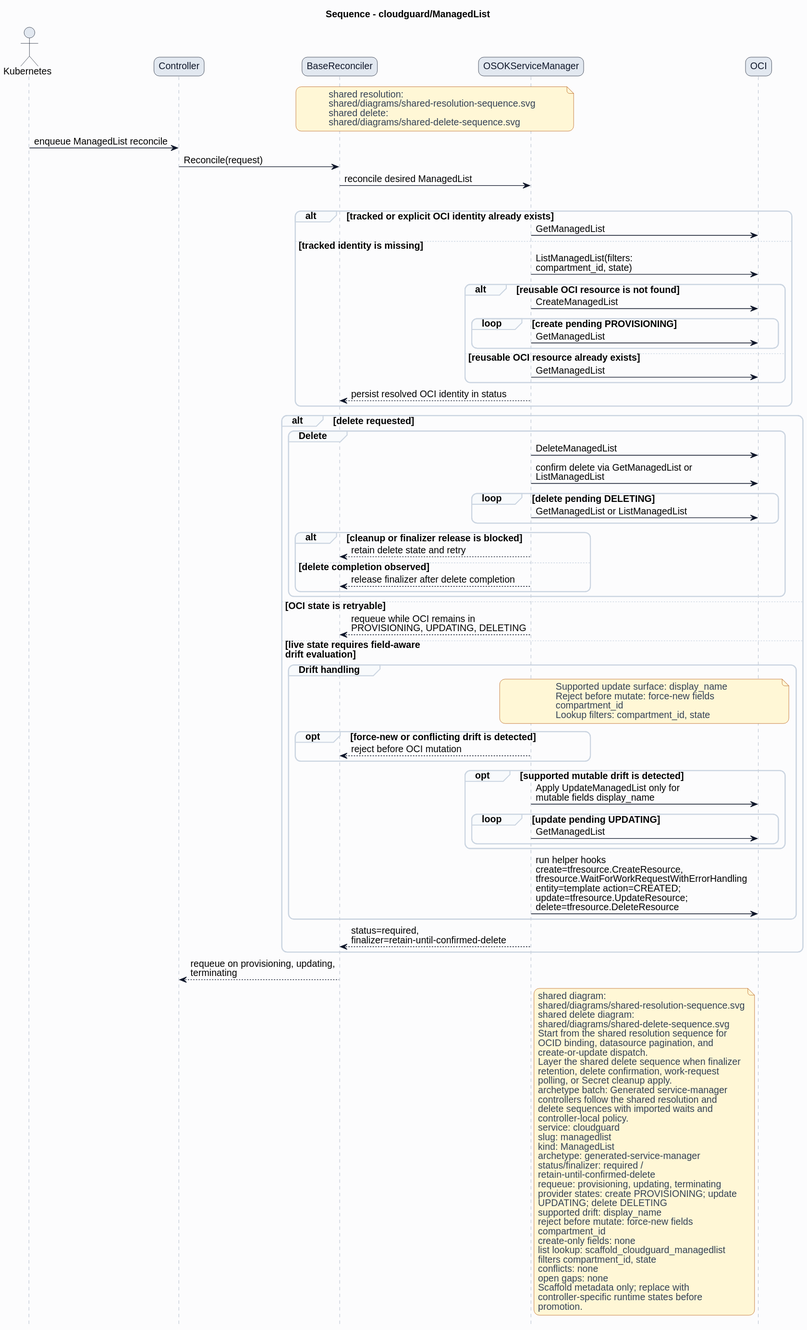
This is formal/controllers/cloudguard/managedlist/diagrams/sequence.svg from HaoyL666/oci-service-operator, a PlantUML export, as it was before one commit. Source of this version:
```plantuml
@startuml
skinparam shadowing false
skinparam backgroundColor #fcfcfd
skinparam defaultFontName Helvetica
skinparam defaultFontSize 14
skinparam arrowColor #0f172a
skinparam noteBackgroundColor #fff7d6
skinparam noteBorderColor #b45309
skinparam noteFontColor #334155
skinparam roundcorner 16
title Sequence - cloudguard/ManagedList
hide footbox
skinparam sequence {
  actorBorderColor #0f172a
  actorBackgroundColor #e2e8f0
  participantBorderColor #0f172a
  participantBackgroundColor #e2e8f0
  participantFontColor #0f172a
  lifeLineBorderColor #94a3b8
  groupBorderColor #cbd5e1
  groupBackgroundColor #f8fafc
}
actor Kubernetes
participant Controller
participant BaseReconciler
participant "OSOKServiceManager" as ServiceManager
participant OCI
note over BaseReconciler,ServiceManager
shared resolution:
shared/diagrams/shared-resolution-sequence.svg
shared delete:
shared/diagrams/shared-delete-sequence.svg
end note
Kubernetes -> Controller: enqueue ManagedList reconcile
Controller -> BaseReconciler: Reconcile(request)
BaseReconciler -> ServiceManager: reconcile desired ManagedList
group Lookup and bind
alt tracked or explicit OCI identity already exists
ServiceManager -> OCI: GetManagedList
else tracked identity is missing
ServiceManager -> OCI: ListManagedList(filters:\ncompartment_id, state)
alt reusable OCI resource is not found
ServiceManager -> OCI: CreateManagedList
loop create pending PROVISIONING
ServiceManager -> OCI: GetManagedList
end
else reusable OCI resource already exists
ServiceManager -> OCI: GetManagedList
end
ServiceManager --> BaseReconciler: persist resolved OCI identity in status
end
alt delete requested
group Delete
ServiceManager -> OCI: DeleteManagedList
ServiceManager -> OCI: confirm delete via GetManagedList or\nListManagedList
loop delete pending DELETING
ServiceManager -> OCI: GetManagedList or ListManagedList
end
alt cleanup or finalizer release is blocked
ServiceManager --> BaseReconciler: retain delete state and retry
else delete completion observed
ServiceManager --> BaseReconciler: release finalizer after delete completion
end
end
else OCI state is retryable
ServiceManager --> BaseReconciler: requeue while OCI remains in\nPROVISIONING, UPDATING, DELETING
else live state requires field-aware\ndrift evaluation
group Drift handling
note over ServiceManager,OCI
Supported update surface: display_name
Reject before mutate: force-new fields
compartment_id
Lookup filters: compartment_id, state
end note
opt force-new or conflicting drift is detected
ServiceManager --> BaseReconciler: reject before OCI mutation
end
opt supported mutable drift is detected
ServiceManager -> OCI: Apply UpdateManagedList only for\nmutable fields display_name
loop update pending UPDATING
ServiceManager -> OCI: GetManagedList
end
end
ServiceManager -> OCI: run helper hooks\ncreate=tfresource.CreateResource,\ntfresource.WaitForWorkRequestWithErrorHandling\nentity=template action=CREATED;\nupdate=tfresource.UpdateResource;\ndelete=tfresource.DeleteResource
end
ServiceManager --> BaseReconciler: status=required,\nfinalizer=retain-until-confirmed-delete
end
BaseReconciler --> Controller: requeue on provisioning, updating,\nterminating
note right of ServiceManager
shared diagram:
shared/diagrams/shared-resolution-sequence.svg
shared delete diagram:
shared/diagrams/shared-delete-sequence.svg
Start from the shared resolution sequence for
OCID binding, datasource pagination, and
create-or-update dispatch.
Layer the shared delete sequence when finalizer
retention, delete confirmation, work-request
polling, or Secret cleanup apply.
archetype batch: Generated service-manager
controllers follow the shared resolution and
delete sequences with imported waits and
controller-local policy.
service: cloudguard
slug: managedlist
kind: ManagedList
archetype: generated-service-manager
status/finalizer: required /
retain-until-confirmed-delete
requeue: provisioning, updating, terminating
provider states: create PROVISIONING; update
UPDATING; delete DELETING
supported drift: display_name
reject before mutate: force-new fields
compartment_id
create-only fields: none
list lookup: scaffold_cloudguard_managedlist
filters compartment_id, state
conflicts: none
open gaps: none
Scaffold metadata only; replace with
controller-specific runtime states before
promotion.
end note
@enduml
```
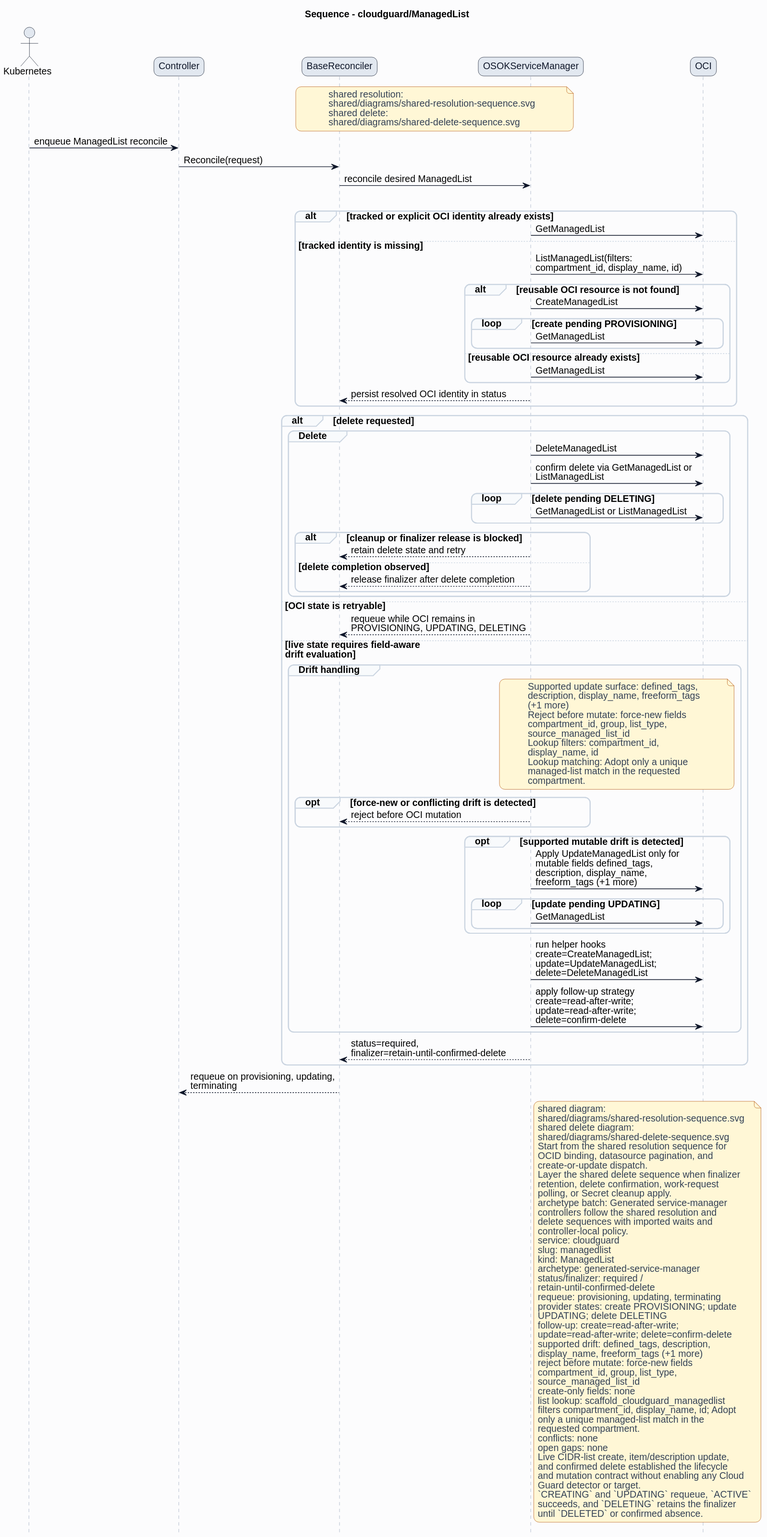
After the change.

What changed in the source:
```diff
@@ -38,7 +38,7 @@
 alt tracked or explicit OCI identity already exists
 ServiceManager -> OCI: GetManagedList
 else tracked identity is missing
-ServiceManager -> OCI: ListManagedList(filters:\ncompartment_id, state)
+ServiceManager -> OCI: ListManagedList(filters:\ncompartment_id, display_name, id)
 alt reusable OCI resource is not found
 ServiceManager -> OCI: CreateManagedList
 loop create pending PROVISIONING
@@ -67,21 +67,29 @@
 else live state requires field-aware\ndrift evaluation
 group Drift handling
 note over ServiceManager,OCI
-Supported update surface: display_name
+Supported update surface: defined_tags,
+description, display_name, freeform_tags
+(+1 more)
 Reject before mutate: force-new fields
-compartment_id
-Lookup filters: compartment_id, state
+compartment_id, group, list_type,
+source_managed_list_id
+Lookup filters: compartment_id,
+display_name, id
+Lookup matching: Adopt only a unique
+managed-list match in the requested
+compartment.
 end note
 opt force-new or conflicting drift is detected
 ServiceManager --> BaseReconciler: reject before OCI mutation
 end
 opt supported mutable drift is detected
-ServiceManager -> OCI: Apply UpdateManagedList only for\nmutable fields display_name
+ServiceManager -> OCI: Apply UpdateManagedList only for\nmutable fields defined_tags,\ndescription, display_name,\nfreeform_tags (+1 more)
 loop update pending UPDATING
 ServiceManager -> OCI: GetManagedList
 end
 end
-ServiceManager -> OCI: run helper hooks\ncreate=tfresource.CreateResource,\ntfresource.WaitForWorkRequestWithErrorHandling\nentity=template action=CREATED;\nupdate=tfresource.UpdateResource;\ndelete=tfresource.DeleteResource
+ServiceManager -> OCI: run helper hooks\ncreate=CreateManagedList;\nupdate=UpdateManagedList;\ndelete=DeleteManagedList
+ServiceManager -> OCI: apply follow-up strategy\ncreate=read-after-write;\nupdate=read-after-write;\ndelete=confirm-delete
 end
 ServiceManager --> BaseReconciler: status=required,\nfinalizer=retain-until-confirmed-delete
 end
@@ -110,16 +118,26 @@
 requeue: provisioning, updating, terminating
 provider states: create PROVISIONING; update
 UPDATING; delete DELETING
-supported drift: display_name
+follow-up: create=read-after-write;
+update=read-after-write; delete=confirm-delete
+supported drift: defined_tags, description,
+display_name, freeform_tags (+1 more)
 reject before mutate: force-new fields
-compartment_id
+compartment_id, group, list_type,
+source_managed_list_id
 create-only fields: none
 list lookup: scaffold_cloudguard_managedlist
-filters compartment_id, state
+filters compartment_id, display_name, id; Adopt
+only a unique managed-list match in the
+requested compartment.
 conflicts: none
 open gaps: none
-Scaffold metadata only; replace with
-controller-specific runtime states before
-promotion.
+Live CIDR-list create, item/description update,
+and confirmed delete established the lifecycle
+and mutation contract without enabling any Cloud
+Guard detector or target.
+`CREATING` and `UPDATING` requeue, `ACTIVE`
+succeeds, and `DELETING` retains the finalizer
+until `DELETED` or confirmed absence.
 end note
 @enduml
```
